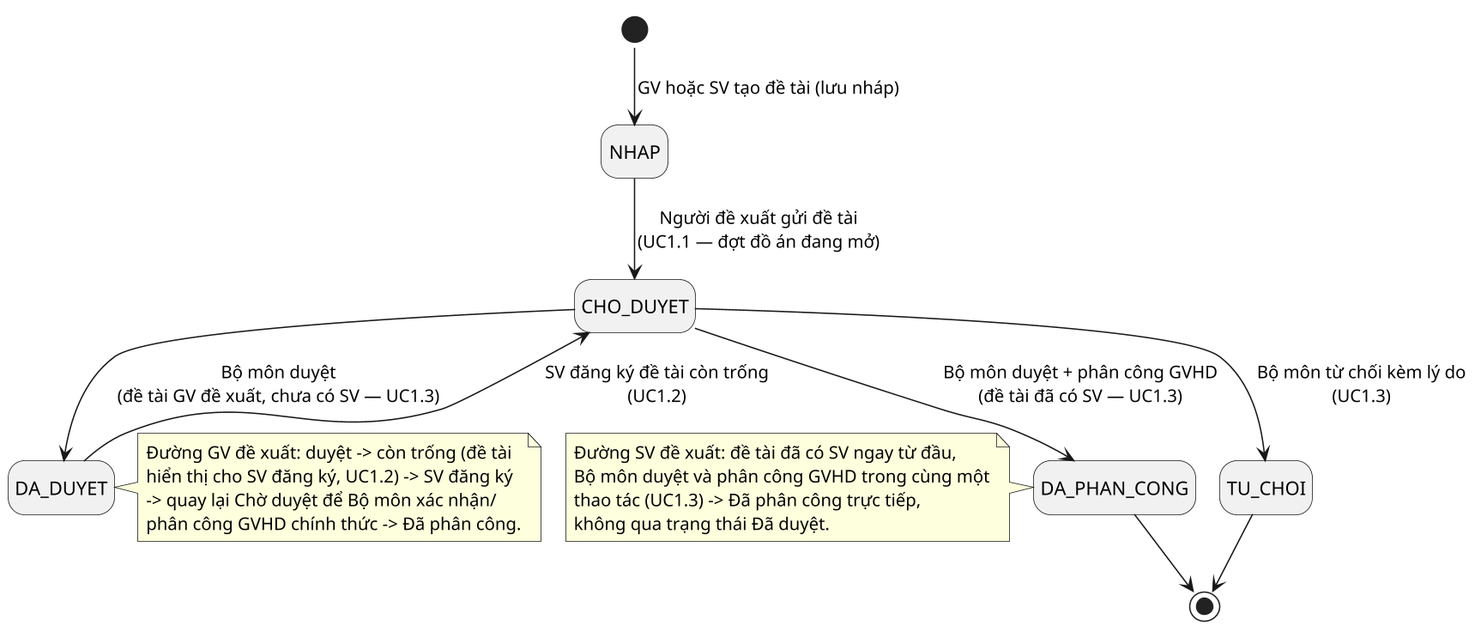
This is docs/chuong-3-thiet-ke/so-do-lop/trang-thai-de-tai.png from dtc235200036-alt/ICTU-DATN-NguyenThiMaiAnh, a PlantUML export, as it was before one commit.
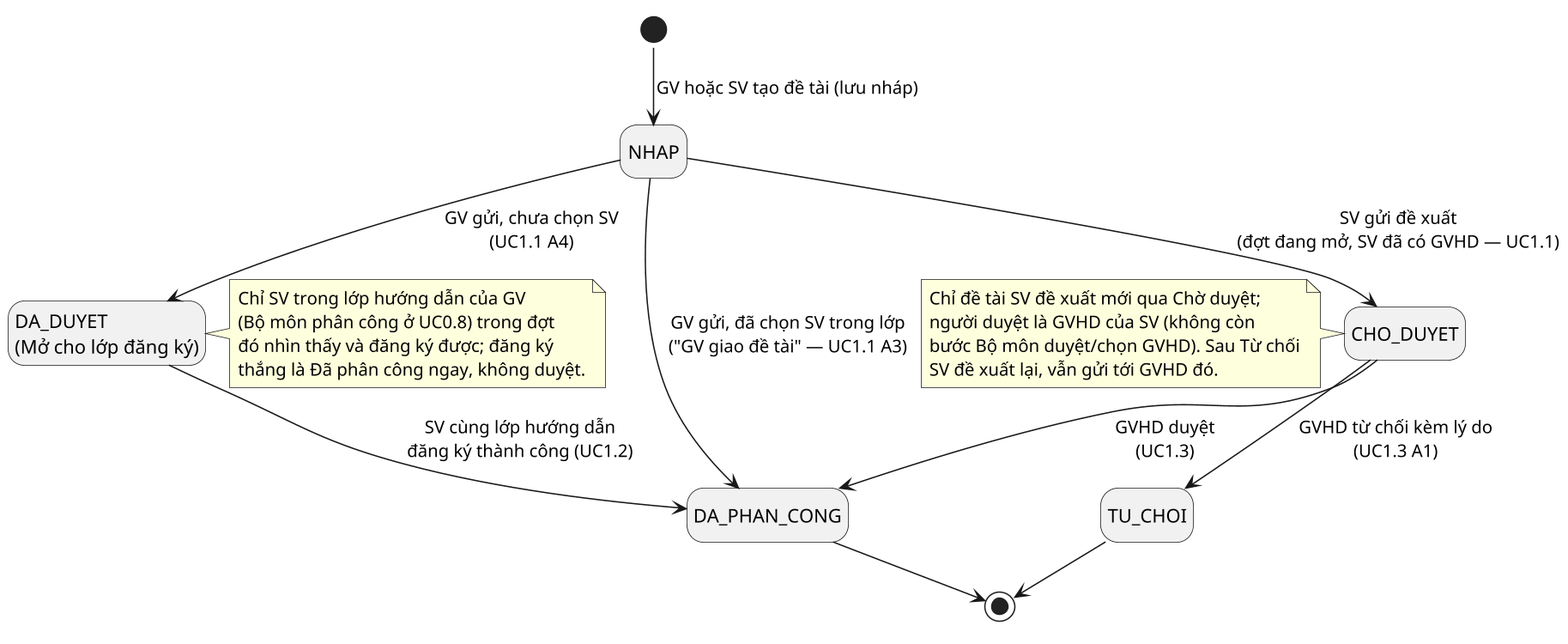
Above is the later version.

Diff of the diagram source:
```diff
@@ -7,31 +7,34 @@
 !pragma layout smetana
 hide empty description
 
+state "DA_DUYET\n(Mở cho lớp đăng ký)" as DA_DUYET
+
 [*] --> NHAP : GV hoặc SV tạo đề tài (lưu nháp)
 
-NHAP --> CHO_DUYET : Người đề xuất gửi đề tài\n(UC1.1 — đợt đồ án đang mở)
+NHAP --> CHO_DUYET : SV gửi đề xuất\n(đợt đang mở, SV đã có GVHD — UC1.1)
+NHAP --> DA_PHAN_CONG : GV gửi, đã chọn SV trong lớp\n("GV giao đề tài" — UC1.1 A3)
+NHAP --> DA_DUYET : GV gửi, chưa chọn SV\n(UC1.1 A4)
 
-CHO_DUYET --> DA_DUYET : Bộ môn duyệt\n(đề tài GV đề xuất, chưa có SV — UC1.3)
-CHO_DUYET --> DA_PHAN_CONG : Bộ môn duyệt + phân công GVHD\n(đề tài đã có SV — UC1.3)
-CHO_DUYET --> TU_CHOI : Bộ môn từ chối kèm lý do\n(UC1.3)
+CHO_DUYET --> DA_PHAN_CONG : GVHD duyệt\n(UC1.3)
+CHO_DUYET --> TU_CHOI : GVHD từ chối kèm lý do\n(UC1.3 A1)
 
-DA_DUYET --> CHO_DUYET : SV đăng ký đề tài còn trống\n(UC1.2)
+DA_DUYET --> DA_PHAN_CONG : SV cùng lớp hướng dẫn\nđăng ký thành công (UC1.2)
 
 DA_PHAN_CONG --> [*]
 TU_CHOI --> [*]
 
 note right of DA_DUYET
-  Đường GV đề xuất: duyệt -> còn trống (đề tài
-  hiển thị cho SV đăng ký, UC1.2) -> SV đăng ký
-  -> quay lại Chờ duyệt để Bộ môn xác nhận/
-  phân công GVHD chính thức -> Đã phân công.
+  Chỉ SV trong lớp hướng dẫn của GV
+  (Bộ môn phân công ở UC0.8) trong đợt
+  đó nhìn thấy và đăng ký được; đăng ký
+  thắng là Đã phân công ngay, không duyệt.
 end note
 
-note left of DA_PHAN_CONG
-  Đường SV đề xuất: đề tài đã có SV ngay từ đầu,
-  Bộ môn duyệt và phân công GVHD trong cùng một
-  thao tác (UC1.3) -> Đã phân công trực tiếp,
-  không qua trạng thái Đã duyệt.
+note left of CHO_DUYET
+  Chỉ đề tài SV đề xuất mới qua Chờ duyệt;
+  người duyệt là GVHD của SV (không còn
+  bước Bộ môn duyệt/chọn GVHD). Sau Từ chối
+  SV đề xuất lại, vẫn gửi tới GVHD đó.
 end note
 
 @enduml
```
